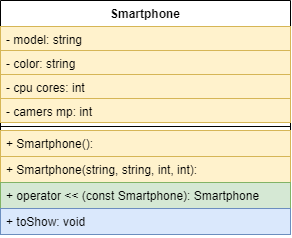
This is Untitled Diagram.png from Omlet144/UML, a draw.io export, as it was before one commit. Source tidied: cells renumbered, new cells last; positions are measured from the earlier drawing's top-left corner, leaving out a move shared by most shapes.
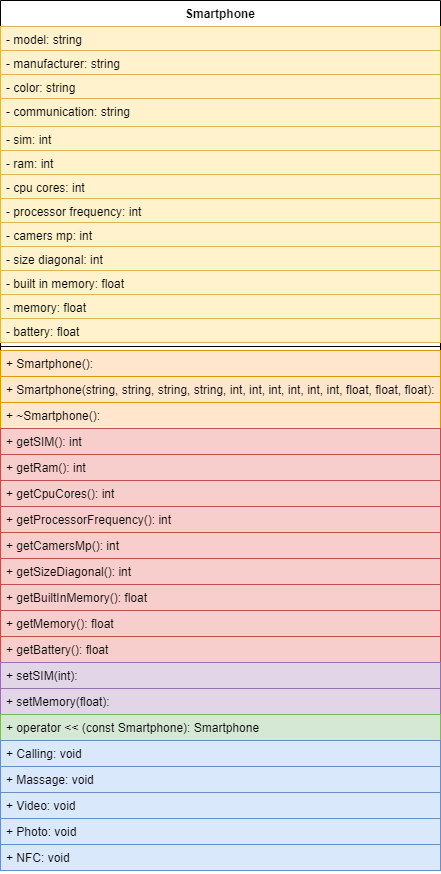
After the change.

What changed in the source:
```diff
@@ -3,34 +3,109 @@
     <mxCell id="0" />
     <mxCell id="1" parent="0" />
     <mxCell id="2" value="Smartphone" style="swimlane;fontStyle=1;align=center;verticalAlign=top;horizontal=1;startSize=26;" parent="1" vertex="1">
-      <mxGeometry width="290" height="234" as="geometry" />
+      <mxGeometry width="440" height="870" as="geometry" />
     </mxCell>
     <mxCell id="3" value="- model: string" style="text;strokeColor=#d6b656;fillColor=#fff2cc;align=left;verticalAlign=top;spacingLeft=4;spacingRight=4;overflow=hidden;" parent="2" vertex="1">
-      <mxGeometry y="26" width="290" height="24" as="geometry" />
+      <mxGeometry y="26" width="440" height="24" as="geometry" />
     </mxCell>
+    <mxCell id="12" value="- manufacturer: string" style="text;strokeColor=#d6b656;fillColor=#fff2cc;align=left;verticalAlign=top;spacingLeft=4;spacingRight=4;overflow=hidden;" parent="2" vertex="1">
+      <mxGeometry y="50" width="440" height="24" as="geometry" />
+    </mxCell>
     <mxCell id="4" value="- сolor: string" style="text;strokeColor=#d6b656;fillColor=#fff2cc;align=left;verticalAlign=top;spacingLeft=4;spacingRight=4;overflow=hidden;" parent="2" vertex="1">
-      <mxGeometry y="50" width="290" height="24" as="geometry" />
+      <mxGeometry y="74" width="440" height="24" as="geometry" />
     </mxCell>
+    <mxCell id="13" value="- communication: string" style="text;strokeColor=#d6b656;fillColor=#fff2cc;align=left;verticalAlign=top;spacingLeft=4;spacingRight=4;overflow=hidden;" parent="2" vertex="1">
+      <mxGeometry y="98" width="440" height="28" as="geometry" />
+    </mxCell>
+    <mxCell id="14" value="- sim: int" style="text;strokeColor=#d6b656;fillColor=#fff2cc;align=left;verticalAlign=top;spacingLeft=4;spacingRight=4;overflow=hidden;" parent="2" vertex="1">
+      <mxGeometry y="126" width="440" height="24" as="geometry" />
+    </mxCell>
+    <mxCell id="15" value="- ram: int" style="text;strokeColor=#d6b656;fillColor=#fff2cc;align=left;verticalAlign=top;spacingLeft=4;spacingRight=4;overflow=hidden;" parent="2" vertex="1">
+      <mxGeometry y="150" width="440" height="24" as="geometry" />
+    </mxCell>
     <mxCell id="5" value="- cpu cores: int" style="text;strokeColor=#d6b656;fillColor=#fff2cc;align=left;verticalAlign=top;spacingLeft=4;spacingRight=4;overflow=hidden;" parent="2" vertex="1">
-      <mxGeometry y="74" width="290" height="24" as="geometry" />
+      <mxGeometry y="174" width="440" height="24" as="geometry" />
     </mxCell>
+    <mxCell id="16" value="- processor frequency: int" style="text;strokeColor=#d6b656;fillColor=#fff2cc;align=left;verticalAlign=top;spacingLeft=4;spacingRight=4;overflow=hidden;" parent="2" vertex="1">
+      <mxGeometry y="198" width="440" height="24" as="geometry" />
+    </mxCell>
     <mxCell id="6" value="- camers mp: int" style="text;strokeColor=#d6b656;fillColor=#fff2cc;align=left;verticalAlign=top;spacingLeft=4;spacingRight=4;overflow=hidden;" parent="2" vertex="1">
-      <mxGeometry y="98" width="290" height="24" as="geometry" />
+      <mxGeometry y="222" width="440" height="24" as="geometry" />
     </mxCell>
+    <mxCell id="17" value="- size diagonal: int" style="text;strokeColor=#d6b656;fillColor=#fff2cc;align=left;verticalAlign=top;spacingLeft=4;spacingRight=4;overflow=hidden;" parent="2" vertex="1">
+      <mxGeometry y="246" width="440" height="24" as="geometry" />
+    </mxCell>
+    <mxCell id="18" value="- built in memory: float" style="text;strokeColor=#d6b656;fillColor=#fff2cc;align=left;verticalAlign=top;spacingLeft=4;spacingRight=4;overflow=hidden;" parent="2" vertex="1">
+      <mxGeometry y="270" width="440" height="24" as="geometry" />
+    </mxCell>
+    <mxCell id="19" value="- memory: float" style="text;strokeColor=#d6b656;fillColor=#fff2cc;align=left;verticalAlign=top;spacingLeft=4;spacingRight=4;overflow=hidden;" parent="2" vertex="1">
+      <mxGeometry y="294" width="440" height="24" as="geometry" />
+    </mxCell>
+    <mxCell id="20" value="- battery: float" style="text;strokeColor=#d6b656;fillColor=#fff2cc;align=left;verticalAlign=top;spacingLeft=4;spacingRight=4;overflow=hidden;" parent="2" vertex="1">
+      <mxGeometry y="318" width="440" height="24" as="geometry" />
+    </mxCell>
     <mxCell id="7" style="line;strokeWidth=1;fillColor=none;align=left;verticalAlign=middle;spacingTop=-1;spacingLeft=3;spacingRight=3;labelPosition=right;" parent="2" vertex="1">
-      <mxGeometry y="122" width="290" height="8" as="geometry" />
+      <mxGeometry y="342" width="440" height="8" as="geometry" />
     </mxCell>
-    <mxCell id="8" value="+ Smartphone():" style="text;strokeColor=#d6b656;fillColor=#fff2cc;align=left;verticalAlign=top;spacingLeft=4;spacingRight=4;overflow=hidden;" parent="2" vertex="1">
-      <mxGeometry y="130" width="290" height="26" as="geometry" />
+    <mxCell id="8" value="+ Smartphone():" style="text;strokeColor=#d79b00;fillColor=#ffe6cc;align=left;verticalAlign=top;spacingLeft=4;spacingRight=4;overflow=hidden;" parent="2" vertex="1">
+      <mxGeometry y="350" width="440" height="26" as="geometry" />
     </mxCell>
-    <mxCell id="9" value="+ Smartphone(string, string, int, int):" style="text;strokeColor=#d6b656;fillColor=#fff2cc;align=left;verticalAlign=top;spacingLeft=4;spacingRight=4;overflow=hidden;" parent="2" vertex="1">
-      <mxGeometry y="156" width="290" height="26" as="geometry" />
+    <mxCell id="9" value="+ Smartphone(string, string, string, string, int, int, int, int, int, int, float, float, float):" style="text;strokeColor=#d79b00;fillColor=#ffe6cc;align=left;verticalAlign=top;spacingLeft=4;spacingRight=4;overflow=hidden;" parent="2" vertex="1">
+      <mxGeometry y="376" width="440" height="26" as="geometry" />
     </mxCell>
+    <mxCell id="21" value="+ ~Smartphone():" style="text;strokeColor=#d79b00;fillColor=#ffe6cc;align=left;verticalAlign=top;spacingLeft=4;spacingRight=4;overflow=hidden;" parent="2" vertex="1">
+      <mxGeometry y="402" width="440" height="26" as="geometry" />
+    </mxCell>
+    <mxCell id="22" value="+ getSIM(): int" style="text;strokeColor=#b85450;fillColor=#f8cecc;align=left;verticalAlign=top;spacingLeft=4;spacingRight=4;overflow=hidden;" parent="2" vertex="1">
+      <mxGeometry y="428" width="440" height="26" as="geometry" />
+    </mxCell>
+    <mxCell id="23" value="+ getRam(): int" style="text;strokeColor=#b85450;fillColor=#f8cecc;align=left;verticalAlign=top;spacingLeft=4;spacingRight=4;overflow=hidden;" parent="2" vertex="1">
+      <mxGeometry y="454" width="440" height="26" as="geometry" />
+    </mxCell>
+    <mxCell id="24" value="+ getCpuCores(): int" style="text;strokeColor=#b85450;fillColor=#f8cecc;align=left;verticalAlign=top;spacingLeft=4;spacingRight=4;overflow=hidden;" parent="2" vertex="1">
+      <mxGeometry y="480" width="440" height="26" as="geometry" />
+    </mxCell>
+    <mxCell id="25" value="+ getProcessorFrequency(): int" style="text;strokeColor=#b85450;fillColor=#f8cecc;align=left;verticalAlign=top;spacingLeft=4;spacingRight=4;overflow=hidden;" parent="2" vertex="1">
+      <mxGeometry y="506" width="440" height="26" as="geometry" />
+    </mxCell>
+    <mxCell id="26" value="+ getCamersMp(): int " style="text;strokeColor=#b85450;fillColor=#f8cecc;align=left;verticalAlign=top;spacingLeft=4;spacingRight=4;overflow=hidden;" parent="2" vertex="1">
+      <mxGeometry y="532" width="440" height="26" as="geometry" />
+    </mxCell>
+    <mxCell id="27" value="+ getSizeDiagonal(): int " style="text;strokeColor=#b85450;fillColor=#f8cecc;align=left;verticalAlign=top;spacingLeft=4;spacingRight=4;overflow=hidden;" parent="2" vertex="1">
+      <mxGeometry y="558" width="440" height="26" as="geometry" />
+    </mxCell>
+    <mxCell id="28" value="+ getBuiltInMemory(): float" style="text;strokeColor=#b85450;fillColor=#f8cecc;align=left;verticalAlign=top;spacingLeft=4;spacingRight=4;overflow=hidden;" parent="2" vertex="1">
+      <mxGeometry y="584" width="440" height="26" as="geometry" />
+    </mxCell>
+    <mxCell id="29" value="+ getMemory(): float" style="text;strokeColor=#b85450;fillColor=#f8cecc;align=left;verticalAlign=top;spacingLeft=4;spacingRight=4;overflow=hidden;" parent="2" vertex="1">
+      <mxGeometry y="610" width="440" height="26" as="geometry" />
+    </mxCell>
+    <mxCell id="30" value="+ getBattery(): float" style="text;strokeColor=#b85450;fillColor=#f8cecc;align=left;verticalAlign=top;spacingLeft=4;spacingRight=4;overflow=hidden;" parent="2" vertex="1">
+      <mxGeometry y="636" width="440" height="26" as="geometry" />
+    </mxCell>
+    <mxCell id="31" value="+ setSIM(int): " style="text;strokeColor=#9673a6;fillColor=#e1d5e7;align=left;verticalAlign=top;spacingLeft=4;spacingRight=4;overflow=hidden;" parent="2" vertex="1">
+      <mxGeometry y="662" width="440" height="26" as="geometry" />
+    </mxCell>
+    <mxCell id="32" value="+ setMemory(float): " style="text;strokeColor=#9673a6;fillColor=#e1d5e7;align=left;verticalAlign=top;spacingLeft=4;spacingRight=4;overflow=hidden;" parent="2" vertex="1">
+      <mxGeometry y="688" width="440" height="26" as="geometry" />
+    </mxCell>
     <mxCell id="10" value="+ operator &lt;&lt; (const Smartphone): Smartphone" style="text;strokeColor=#82b366;fillColor=#d5e8d4;align=left;verticalAlign=top;spacingLeft=4;spacingRight=4;overflow=hidden;" parent="2" vertex="1">
-      <mxGeometry y="182" width="290" height="26" as="geometry" />
+      <mxGeometry y="714" width="440" height="26" as="geometry" />
     </mxCell>
+    <mxCell id="33" value="+ Calling: void" style="text;strokeColor=#6c8ebf;fillColor=#dae8fc;align=left;verticalAlign=top;spacingLeft=4;spacingRight=4;overflow=hidden;" parent="2" vertex="1">
+      <mxGeometry y="740" width="440" height="26" as="geometry" />
+    </mxCell>
+    <mxCell id="34" value="+ Massage: void" style="text;strokeColor=#6c8ebf;fillColor=#dae8fc;align=left;verticalAlign=top;spacingLeft=4;spacingRight=4;overflow=hidden;" parent="2" vertex="1">
+      <mxGeometry y="766" width="440" height="26" as="geometry" />
+    </mxCell>
+    <mxCell id="35" value="+ Video: void" style="text;strokeColor=#6c8ebf;fillColor=#dae8fc;align=left;verticalAlign=top;spacingLeft=4;spacingRight=4;overflow=hidden;" parent="2" vertex="1">
+      <mxGeometry y="792" width="440" height="26" as="geometry" />
+    </mxCell>
-    <mxCell id="11" value="+ toShow: void" style="text;strokeColor=#6c8ebf;fillColor=#dae8fc;align=left;verticalAlign=top;spacingLeft=4;spacingRight=4;overflow=hidden;" parent="2" vertex="1">
-      <mxGeometry y="208" width="290" height="26" as="geometry" />
+    <mxCell id="11" value="+ Photo: void" style="text;strokeColor=#6c8ebf;fillColor=#dae8fc;align=left;verticalAlign=top;spacingLeft=4;spacingRight=4;overflow=hidden;" parent="2" vertex="1">
+      <mxGeometry y="818" width="440" height="26" as="geometry" />
     </mxCell>
+    <mxCell id="36" value="+ NFC: void" style="text;strokeColor=#6c8ebf;fillColor=#dae8fc;align=left;verticalAlign=top;spacingLeft=4;spacingRight=4;overflow=hidden;" parent="2" vertex="1">
+      <mxGeometry y="844" width="440" height="26" as="geometry" />
+    </mxCell>
   </root>
 </mxGraphModel>
```
